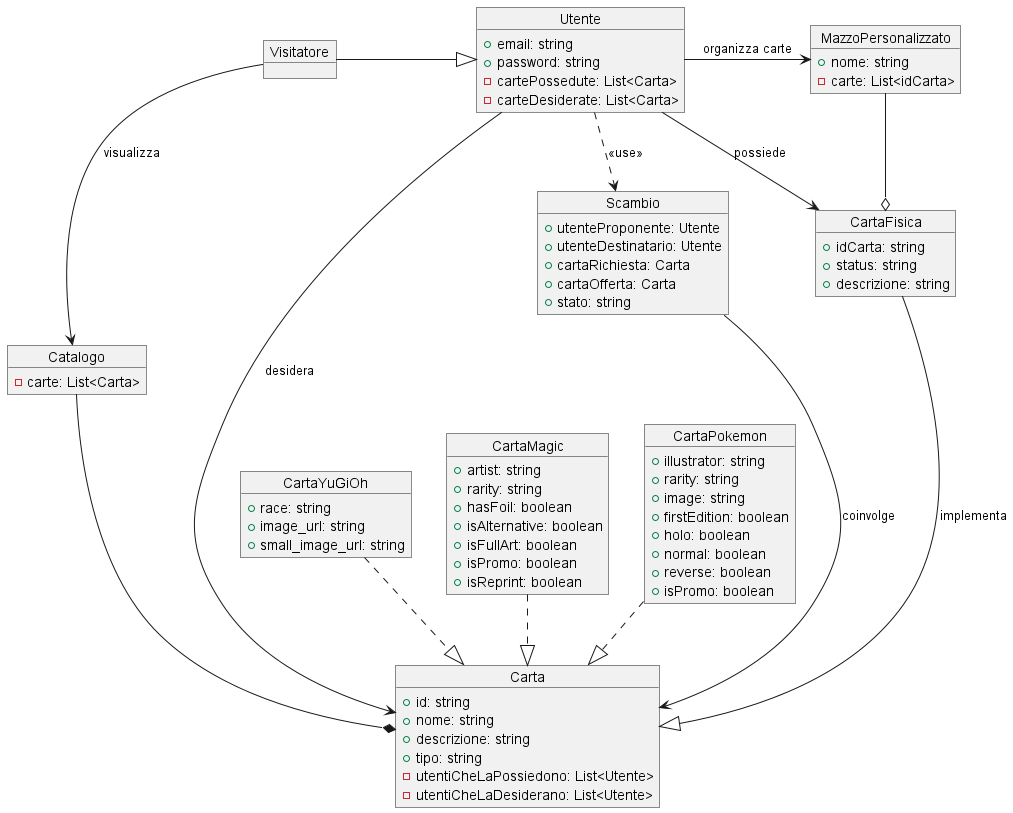
Before: DOC/Inception/Diagram/temp/Dominio.png, a diagram exported from PlantUML (alessioarcara/Card-Exchange).
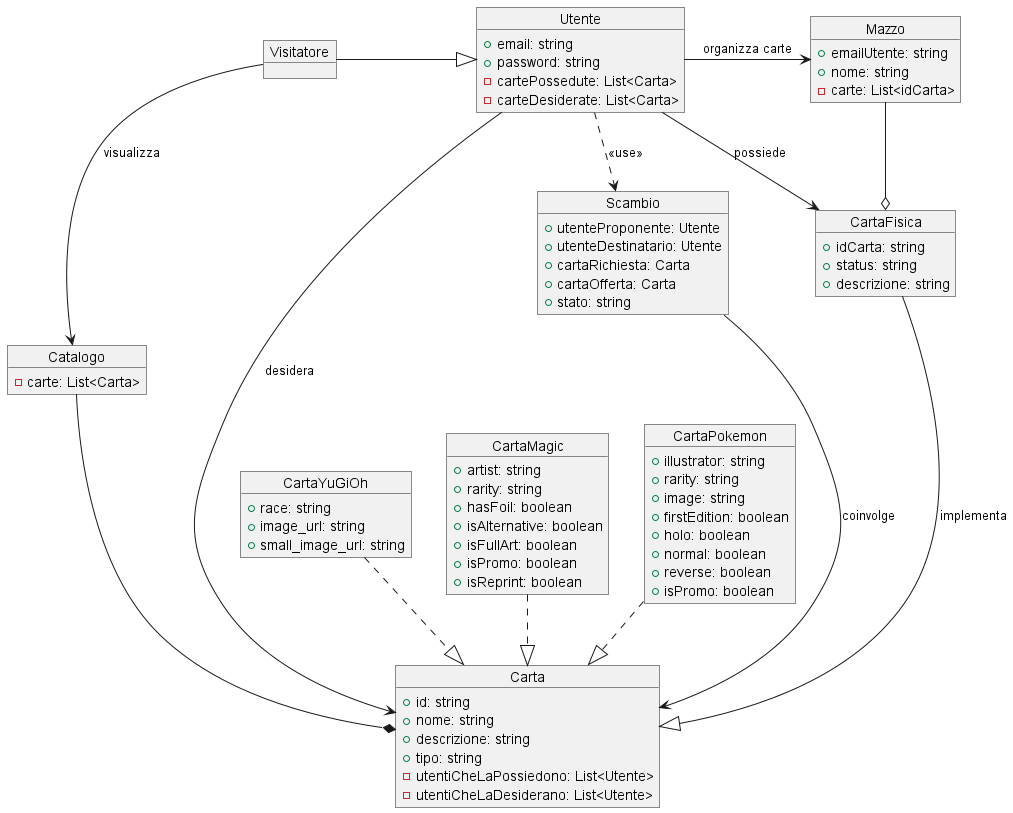
Later version of the same file.

Commit message:
update domain diagram

Change to the diagram source:
```diff
@@ -51,7 +51,8 @@
   +descrizione: string
 }
 
-object MazzoPersonalizzato {
+object Mazzo {
+  +emailUtente: string
   +nome: string
   -carte: List<idCarta>
 }
@@ -74,7 +75,7 @@
 
 CartaFisica -^ Carta : implementa
 
-MazzoPersonalizzato --o CartaFisica
+Mazzo --o CartaFisica
 
 Scambio ---> Carta : coinvolge
 
@@ -83,7 +84,7 @@
 Utente --> CartaFisica : possiede
 Utente --> Carta : desidera
 Utente ..> Scambio : <<use>>
-Utente -> MazzoPersonalizzato : organizza carte
+Utente -> Mazzo : organizza carte
 
 Visitatore -^ Utente
 Visitatore --> Catalogo : visualizza
```
